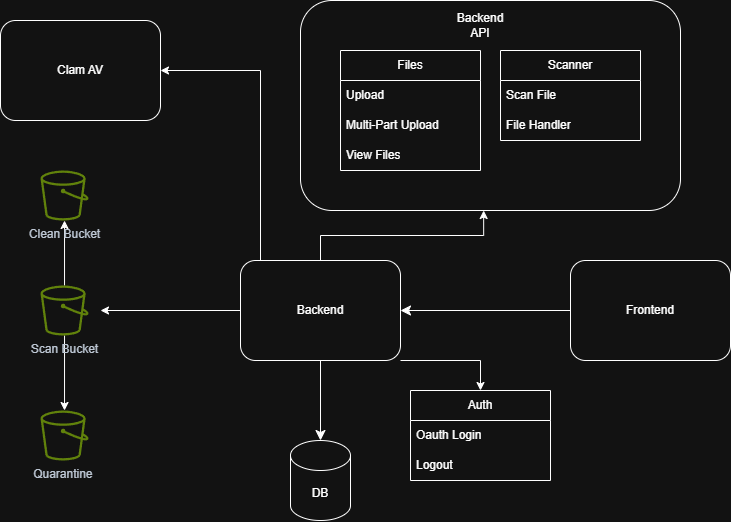
Above: diagram/Design.drawio.png in rappjaco/s3Loader (draw.io), before the change. Source tidied: cells renumbered, new cells last; positions are measured from the earlier drawing's top-left corner, leaving out a move shared by most shapes.
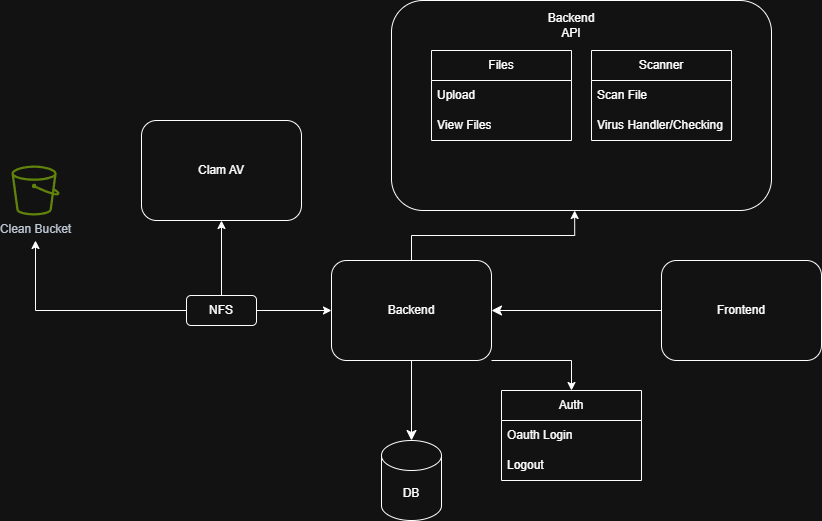
Later version of the same file.

Change to the diagram source:
```diff
@@ -14,11 +14,6 @@
     <mxCell id="5" style="edgeStyle=none;curved=1;rounded=0;jettySize=auto;html=1;entryX=0.5;entryY=0;entryDx=0;entryDy=0;fontSize=12;startSize=8;endSize=8;entryPerimeter=0;" parent="1" edge="1" source="9" target="10">
       <mxGeometry relative="1" as="geometry" />
     </mxCell>
-    <mxCell id="6" style="edgeStyle=orthogonalEdgeStyle;rounded=0;jettySize=auto;html=1;" parent="1" edge="1" source="9">
-      <mxGeometry relative="1" as="geometry">
-        <mxPoint x="100" y="310" as="targetPoint" />
-      </mxGeometry>
-    </mxCell>
     <mxCell id="7" style="edgeStyle=orthogonalEdgeStyle;rounded=0;jettySize=auto;html=1;entryX=0.5;entryY=0;entryDx=0;entryDy=0;" parent="1" edge="1" source="9" target="15">
       <mxGeometry relative="1" as="geometry">
         <Array as="points">
@@ -26,13 +21,6 @@
         </Array>
       </mxGeometry>
     </mxCell>
-    <mxCell id="8" style="edgeStyle=orthogonalEdgeStyle;rounded=0;jettySize=auto;html=1;entryX=1;entryY=0.5;entryDx=0;entryDy=0;" parent="1" edge="1" source="9" target="24">
-      <mxGeometry relative="1" as="geometry">
-        <Array as="points">
-          <mxPoint x="260" y="70" />
-        </Array>
-      </mxGeometry>
-    </mxCell>
     <mxCell id="9" value="Backend" style="rounded=1;whiteSpace=wrap;html=1;" parent="1" vertex="1">
       <mxGeometry x="240" y="260" width="160" height="100" as="geometry" />
     </mxCell>
@@ -40,16 +28,13 @@
       <mxGeometry x="290" y="440" width="60" height="80" as="geometry" />
     </mxCell>
     <mxCell id="11" value="Files" style="swimlane;fontStyle=0;horizontal=1;startSize=30;whiteSpace=wrap;html=1;" parent="1" vertex="1">
-      <mxGeometry x="340" y="50" width="140" height="120" as="geometry" />
+      <mxGeometry x="340" y="50" width="140" height="90" as="geometry" />
     </mxCell>
     <mxCell id="12" value="Upload" style="text;strokeColor=none;fillColor=none;align=left;verticalAlign=middle;spacingLeft=4;spacingRight=4;overflow=hidden;whiteSpace=wrap;html=1;" parent="11" vertex="1">
       <mxGeometry y="30" width="140" height="30" as="geometry" />
     </mxCell>
-    <mxCell id="13" value="Multi-Part Upload" style="text;strokeColor=none;fillColor=none;align=left;verticalAlign=middle;spacingLeft=4;spacingRight=4;overflow=hidden;whiteSpace=wrap;html=1;" parent="11" vertex="1">
-      <mxGeometry y="60" width="140" height="30" as="geometry" />
-    </mxCell>
     <mxCell id="14" value="View Files" style="text;strokeColor=none;fillColor=none;align=left;verticalAlign=middle;spacingLeft=4;spacingRight=4;overflow=hidden;whiteSpace=wrap;html=1;" parent="11" vertex="1">
-      <mxGeometry y="90" width="140" height="30" as="geometry" />
+      <mxGeometry y="60" width="140" height="30" as="geometry" />
     </mxCell>
     <mxCell id="15" value="Auth" style="swimlane;fontStyle=0;horizontal=1;startSize=30;whiteSpace=wrap;html=1;" parent="1" vertex="1">
       <mxGeometry x="410" y="390" width="140" height="90" as="geometry" />
@@ -60,38 +45,43 @@
     <mxCell id="17" value="Logout" style="text;strokeColor=none;fillColor=none;align=left;verticalAlign=middle;spacingLeft=4;spacingRight=4;overflow=hidden;whiteSpace=wrap;html=1;" parent="15" vertex="1">
       <mxGeometry y="60" width="140" height="30" as="geometry" />
     </mxCell>
-    <mxCell id="18" style="edgeStyle=orthogonalEdgeStyle;rounded=0;jettySize=auto;html=1;" parent="1" edge="1" source="20" target="27">
-      <mxGeometry relative="1" as="geometry" />
-    </mxCell>
-    <mxCell id="19" style="edgeStyle=orthogonalEdgeStyle;rounded=0;jettySize=auto;html=1;" parent="1" edge="1" source="20" target="26">
-      <mxGeometry relative="1" as="geometry" />
-    </mxCell>
-    <mxCell id="20" value="Scan Bucket" style="sketch=0;outlineConnect=0;fontColor=#232F3E;gradientColor=none;fillColor=#7AA116;strokeColor=none;dashed=0;verticalLabelPosition=bottom;verticalAlign=top;align=center;html=1;fontSize=12;fontStyle=0;shape=mxgraph.aws4.bucket;" parent="1" vertex="1">
-      <mxGeometry x="40" y="285" width="48.1" height="50" as="geometry" />
-    </mxCell>
     <mxCell id="21" value="Scanner" style="swimlane;fontStyle=0;horizontal=1;startSize=30;whiteSpace=wrap;html=1;" parent="1" vertex="1">
       <mxGeometry x="500" y="50" width="140" height="90" as="geometry" />
     </mxCell>
     <mxCell id="22" value="Scan File" style="text;strokeColor=none;fillColor=none;align=left;verticalAlign=middle;spacingLeft=4;spacingRight=4;overflow=hidden;whiteSpace=wrap;html=1;" parent="21" vertex="1">
       <mxGeometry y="30" width="140" height="30" as="geometry" />
     </mxCell>
-    <mxCell id="23" value="File Handler" style="text;strokeColor=none;fillColor=none;align=left;verticalAlign=middle;spacingLeft=4;spacingRight=4;overflow=hidden;whiteSpace=wrap;html=1;" parent="21" vertex="1">
+    <mxCell id="23" value="Virus Handler/Checking&amp;nbsp;" style="text;strokeColor=none;fillColor=none;align=left;verticalAlign=middle;spacingLeft=4;spacingRight=4;overflow=hidden;whiteSpace=wrap;html=1;" parent="21" vertex="1">
       <mxGeometry y="60" width="140" height="30" as="geometry" />
     </mxCell>
     <mxCell id="24" value="Clam AV" style="rounded=1;whiteSpace=wrap;html=1;" parent="1" vertex="1">
-      <mxGeometry y="20" width="160" height="100" as="geometry" />
+      <mxGeometry x="50" y="120" width="160" height="100" as="geometry" />
     </mxCell>
     <mxCell id="25" value="Backend API" style="text;html=1;whiteSpace=wrap;strokeColor=none;fillColor=none;align=center;verticalAlign=middle;rounded=0;" parent="1" vertex="1">
       <mxGeometry x="450" y="10" width="60" height="30" as="geometry" />
     </mxCell>
-    <mxCell id="26" value="Quarantine&amp;nbsp;" style="sketch=0;outlineConnect=0;fontColor=#232F3E;gradientColor=none;fillColor=#7AA116;strokeColor=none;dashed=0;verticalLabelPosition=bottom;verticalAlign=top;align=center;html=1;fontSize=12;fontStyle=0;shape=mxgraph.aws4.bucket;" parent="1" vertex="1">
-      <mxGeometry x="40" y="410" width="48.1" height="50" as="geometry" />
-    </mxCell>
     <mxCell id="27" value="Clean Bucket" style="sketch=0;outlineConnect=0;fontColor=#232F3E;gradientColor=none;fillColor=#7AA116;strokeColor=none;dashed=0;verticalLabelPosition=bottom;verticalAlign=top;align=center;html=1;fontSize=12;fontStyle=0;shape=mxgraph.aws4.bucket;" parent="1" vertex="1">
-      <mxGeometry x="40" y="170" width="48.1" height="50" as="geometry" />
+      <mxGeometry x="-80" y="165" width="48.1" height="50" as="geometry" />
     </mxCell>
     <mxCell id="28" style="edgeStyle=orthogonalEdgeStyle;rounded=0;jettySize=auto;html=1;entryX=0.482;entryY=1;entryDx=0;entryDy=0;entryPerimeter=0;" parent="1" edge="1" source="9" target="2">
       <mxGeometry relative="1" as="geometry" />
     </mxCell>
+    <mxCell id="29" style="edgeStyle=orthogonalEdgeStyle;rounded=0;jettySize=auto;html=1;" parent="1" edge="1" source="32" target="24">
+      <mxGeometry relative="1" as="geometry" />
+    </mxCell>
+    <mxCell id="30" style="edgeStyle=orthogonalEdgeStyle;rounded=0;jettySize=auto;html=1;" parent="1" edge="1" source="32" target="9">
+      <mxGeometry relative="1" as="geometry" />
+    </mxCell>
+    <mxCell id="31" style="edgeStyle=orthogonalEdgeStyle;rounded=0;jettySize=auto;html=1;" parent="1" edge="1" source="32">
+      <mxGeometry relative="1" as="geometry">
+        <mxPoint x="-56" y="240" as="targetPoint" />
+        <Array as="points">
+          <mxPoint x="-56" y="310" />
+        </Array>
+      </mxGeometry>
+    </mxCell>
+    <mxCell id="32" value="NFS" style="rounded=1;whiteSpace=wrap;html=1;" parent="1" vertex="1">
+      <mxGeometry x="95" y="295" width="70" height="30" as="geometry" />
+    </mxCell>
   </root>
 </mxGraphModel>
```
